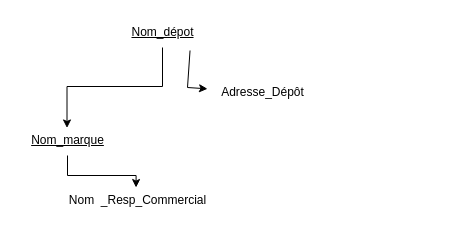
Before: Base_Données_TD3_EXO1.drawio in NicolasRbls/Diagramme, a draw.io diagram. Source tidied: cells renumbered, new cells numbered last; positions are measured from the earlier drawing's top-left corner, leaving out a move shared by most shapes. Both pictures are drawn from the tidied source at 100%, with x=0, y=0 at pixel (17, 17).
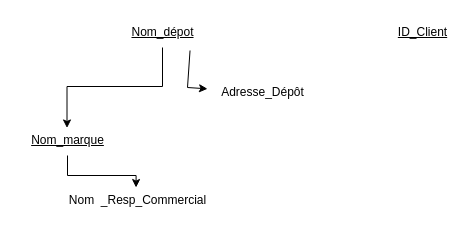
The same page after the edit.

Commit message (it also covers changes not shown here):
Mettre à jour Base_Données_TD3_EXO1.drawio

Diff of the diagram source:
```diff
@@
 <mxGraphModel>
   <root>
     <mxCell id="0" />
     <mxCell id="1" parent="0" />
     <mxCell id="2" style="edgeStyle=orthogonalEdgeStyle;rounded=0;jettySize=auto;html=1;entryX=0.495;entryY=0.083;entryDx=0;entryDy=0;entryPerimeter=0;" parent="1" edge="1" source="3" target="7">
       <mxGeometry relative="1" as="geometry" />
     </mxCell>
     <mxCell id="3" value="&lt;u&gt;Nom_dépot&lt;/u&gt;" style="text;html=1;align=center;verticalAlign=middle;points=[];strokeColor=none;fillColor=none;" parent="1" vertex="1">
       <mxGeometry x="100" width="90" height="30" as="geometry" />
     </mxCell>
     <mxCell id="4" style="endArrow=classic;html=1;rounded=0;exitX=0.806;exitY=1.1;exitDx=0;exitDy=0;exitPerimeter=0;" parent="1" edge="1" source="3" target="5">
       <mxGeometry relative="1" as="geometry">
         <Array as="points">
           <mxPoint x="170" y="70" />
         </Array>
       </mxGeometry>
     </mxCell>
     <mxCell id="5" value="Adresse_Dépôt" style="text;html=1;align=center;verticalAlign=middle;points=[];strokeColor=none;fillColor=none;" parent="1" vertex="1">
       <mxGeometry x="190" y="60" width="110" height="30" as="geometry" />
     </mxCell>
     <mxCell id="6" style="edgeStyle=orthogonalEdgeStyle;rounded=0;jettySize=auto;html=1;entryX=0.491;entryY=0.067;entryDx=0;entryDy=0;entryPerimeter=0;" parent="1" edge="1" source="7" target="8">
       <mxGeometry relative="1" as="geometry" />
     </mxCell>
     <mxCell id="7" value="&lt;div style=&quot;text-align: left;&quot;&gt;&lt;span style=&quot;background-color: initial;&quot;&gt;&lt;u&gt;Nom_marque&lt;/u&gt;&lt;/span&gt;&lt;/div&gt;" style="text;html=1;align=center;verticalAlign=middle;points=[];strokeColor=none;fillColor=none;" parent="1" vertex="1">
       <mxGeometry y="108" width="100" height="30" as="geometry" />
     </mxCell>
     <mxCell id="8" value="Nom&amp;nbsp;  _Resp_Commercial" style="text;html=1;align=center;verticalAlign=middle;points=[];strokeColor=none;fillColor=none;" parent="1" vertex="1">
       <mxGeometry x="40" y="168" width="160" height="30" as="geometry" />
     </mxCell>
+    <mxCell id="9" value="&lt;u&gt;ID_Client&lt;/u&gt;" style="text;html=1;align=center;verticalAlign=middle;strokeColor=none;fillColor=none;" parent="1" vertex="1">
+      <mxGeometry x="370" width="70" height="30" as="geometry" />
+    </mxCell>
   </root>
 </mxGraphModel>
```
